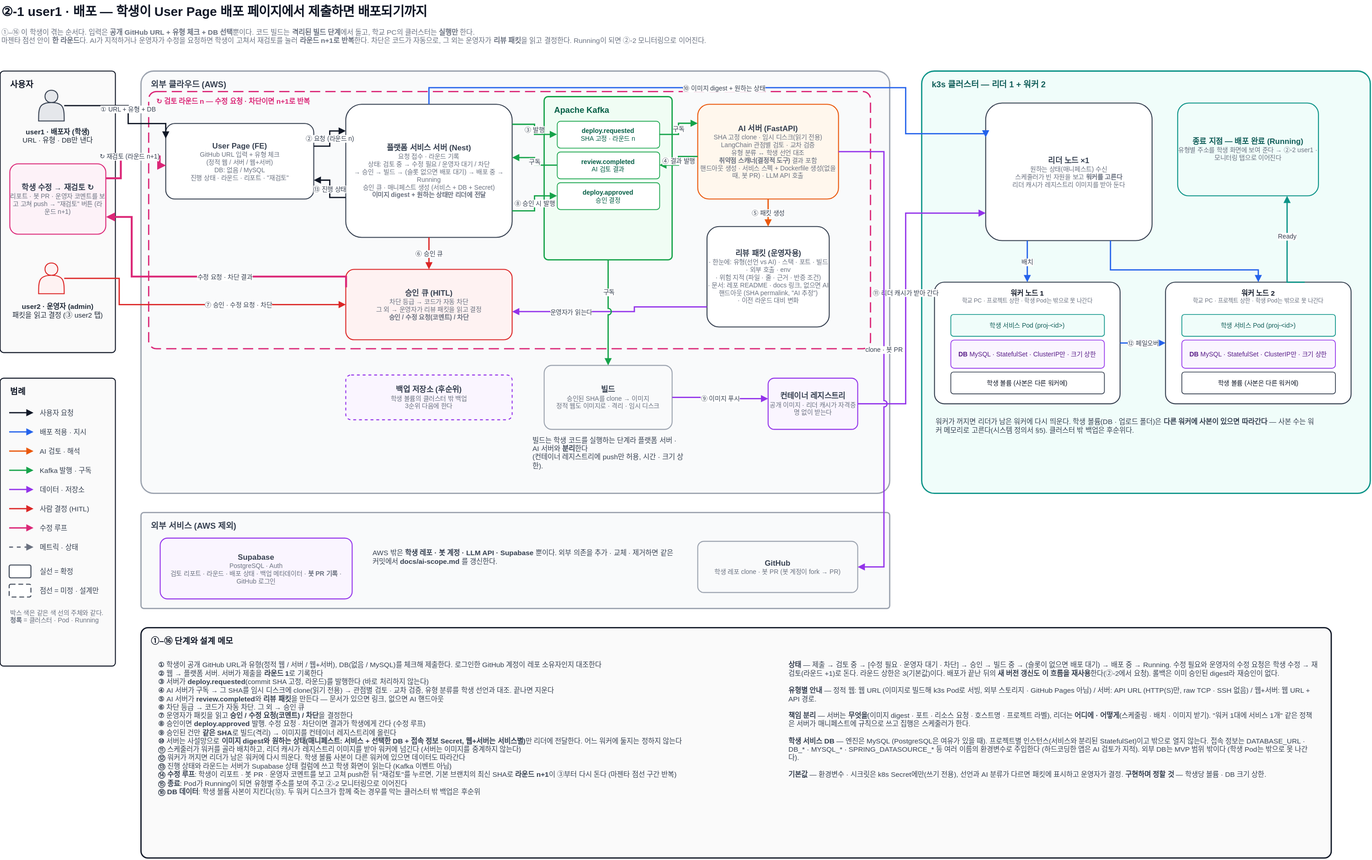
This is docs/architecture/user1-deployer.drawio.svg from woowangthon/WOOWANGTHON_TEAM_18, a draw.io export, as it was before one commit. Source tidied: cells renumbered, new cells last; positions are measured from the earlier drawing's top-left corner, leaving out a move shared by most shapes.
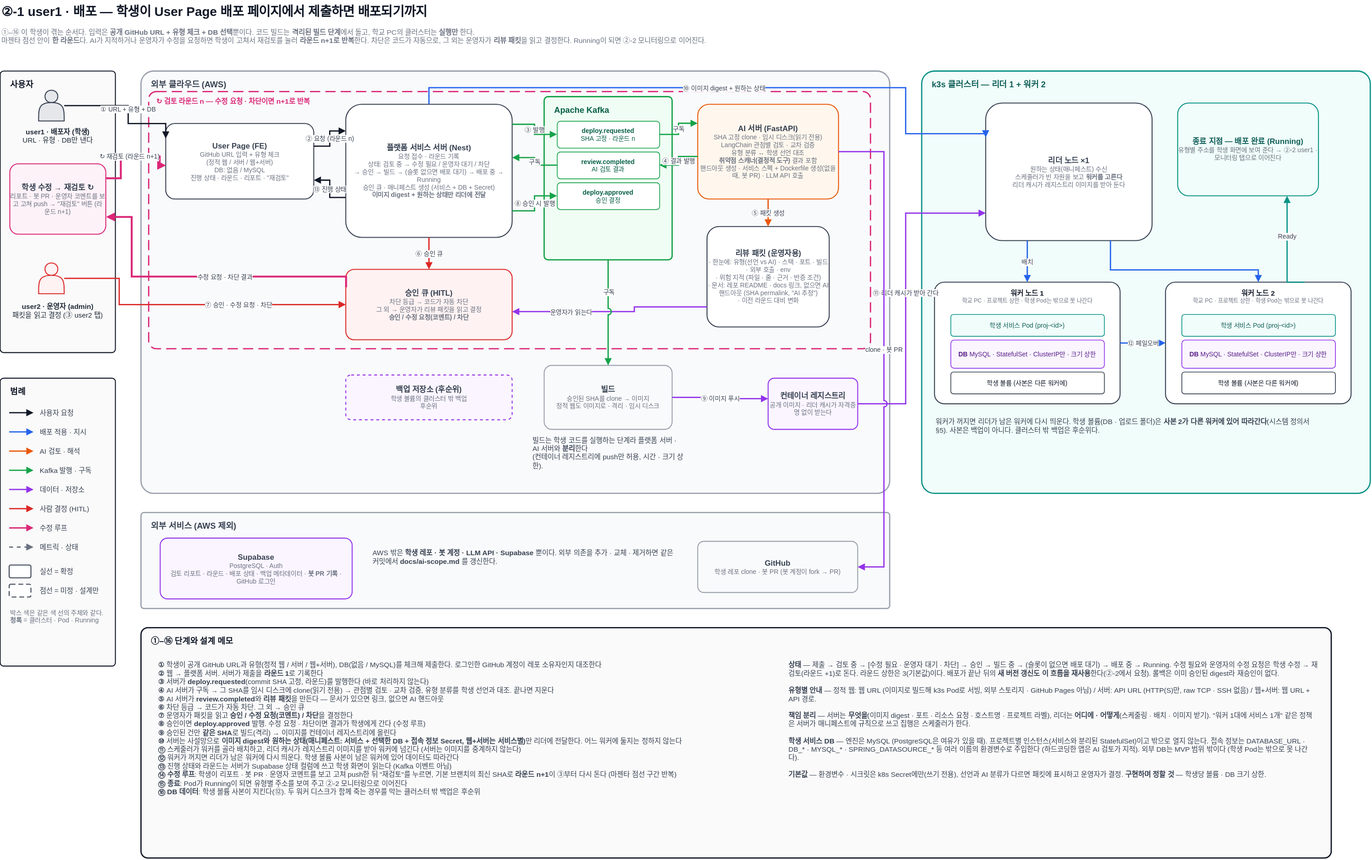
Above is the later version.

Commit message:
docs: diagrams say 2 volume copies; final review fixes

The edit, as a diff of the source:
```diff
@@ -68,7 +68,7 @@
     <mxCell id="23" value="&lt;b&gt;컨테이너 레지스트리&lt;/b&gt;&lt;div style=&quot;font-size: 10px; color: rgb(107, 114, 128);&quot;&gt;공개 이미지 · 리더 캐시가 자격증명 없이 받는다&lt;/div&gt;" style="rounded=1;arcSize=12;whiteSpace=wrap;html=1;fillColor=#FAF5FF;strokeColor=#9333EA;strokeWidth=1.5;fontSize=12;fontColor=#374151;fontFamily=Pretendard,Malgun Gothic,Apple SD Gothic Neo,sans-serif;" parent="1" vertex="1">
       <mxGeometry x="1200.3" y="592" width="140" height="80" as="geometry" />
     </mxCell>
-    <mxCell id="24" value="&lt;b&gt;백업 저장소 (후순위)&lt;/b&gt;&lt;div style=&quot;font-size: 10px; color: rgb(107, 114, 128);&quot;&gt;학생 볼륨의 클러스터 밖 백업&lt;br&gt;3순위 다음에 한다&lt;/div&gt;" style="rounded=1;arcSize=12;whiteSpace=wrap;html=1;fillColor=#FAF5FF;strokeColor=#9333EA;strokeWidth=1.5;fontSize=12;fontColor=#374151;fontFamily=Pretendard,Malgun Gothic,Apple SD Gothic Neo,sans-serif;dashed=1;" parent="1" vertex="1">
+    <mxCell id="24" value="&lt;b&gt;백업 저장소 (후순위)&lt;/b&gt;&lt;div style=&quot;font-size: 10px; color: rgb(107, 114, 128);&quot;&gt;학생 볼륨의 클러스터 밖 백업&lt;br&gt;후순위&lt;/div&gt;" style="rounded=1;arcSize=12;whiteSpace=wrap;html=1;fillColor=#FAF5FF;strokeColor=#9333EA;strokeWidth=1.5;fontSize=12;fontColor=#374151;fontFamily=Pretendard,Malgun Gothic,Apple SD Gothic Neo,sans-serif;dashed=1;" parent="1" vertex="1">
       <mxGeometry x="540.3" y="587" width="260" height="70" as="geometry" />
     </mxCell>
     <mxCell id="25" value="외부 서비스 (AWS 제외)" style="rounded=1;arcSize=3;html=1;fillColor=#F9FAFB;strokeColor=#9CA3AF;strokeWidth=2;verticalAlign=top;align=left;spacingLeft=14;spacingTop=6;fontSize=13;fontStyle=1;fontColor=#374151;fontFamily=Pretendard,Malgun Gothic,Apple SD Gothic Neo,sans-serif;" parent="1" vertex="1">
@@ -116,13 +116,13 @@
     <mxCell id="39" value="학생 볼륨 (사본은 다른 워커에)" style="rounded=1;arcSize=12;whiteSpace=wrap;html=1;fillColor=#FFFFFF;strokeColor=#374151;strokeWidth=1.2;fontSize=10;fontColor=#111827;fontFamily=Pretendard,Malgun Gothic,Apple SD Gothic Neo,sans-serif;" parent="1" vertex="1">
       <mxGeometry x="1846.3" y="582" width="240" height="34" as="geometry" />
     </mxCell>
-    <mxCell id="40" value="워커가 꺼지면 리더가 남은 워커에 다시 띄운다. 학생 볼륨(DB · 업로드 폴더)은 &lt;b&gt;다른 워커에 사본이 있으면 따라간다&lt;/b&gt; — 사본 수는 워커 메모리로 고른다(시스템 정의서 §5). 클러스터 밖 백업은 후순위다." style="text;html=1;align=left;verticalAlign=top;whiteSpace=wrap;fontSize=11;fontColor=#374151;fontFamily=Pretendard,Malgun Gothic,Apple SD Gothic Neo,sans-serif;" parent="1" vertex="1">
+    <mxCell id="40" value="워커가 꺼지면 리더가 남은 워커에 다시 띄운다. 학생 볼륨(DB · 업로드 폴더)은 &lt;b&gt;사본 2가 다른 워커에 있어 따라간다&lt;/b&gt;(시스템 정의서 §5). 사본은 백업이 아니다. 클러스터 밖 백업은 후순위다." style="text;html=1;align=left;verticalAlign=top;whiteSpace=wrap;fontSize=11;fontColor=#374151;fontFamily=Pretendard,Malgun Gothic,Apple SD Gothic Neo,sans-serif;" parent="1" vertex="1">
       <mxGeometry x="1460.3" y="647" width="600" height="65" as="geometry" />
     </mxCell>
     <mxCell id="41" value="①–⑯ 단계와 설계 메모" style="rounded=1;arcSize=3;html=1;fillColor=#FAFAFA;strokeColor=#111827;strokeWidth=2;verticalAlign=top;align=left;spacingLeft=14;spacingTop=6;fontSize=13;fontStyle=1;fontColor=#111827;fontFamily=Pretendard,Malgun Gothic,Apple SD Gothic Neo,sans-serif;" parent="1" vertex="1">
       <mxGeometry x="220.3" y="982" width="1860" height="360" as="geometry" />
     </mxCell>
-    <mxCell id="42" value="&lt;b&gt;①&lt;/b&gt; 학생이 공개 GitHub URL과 유형(정적 웹 / 서버 / 웹+서버), DB(없음 / MySQL)를 체크해 제출한다. 로그인한 GitHub 계정이 레포 소유자인지 대조한다&lt;br&gt;&lt;b&gt;②&lt;/b&gt; 웹 → 플랫폼 서버. 서버가 제출을 &lt;b&gt;라운드 1&lt;/b&gt;로 기록한다&lt;br&gt;&lt;b&gt;③&lt;/b&gt; 서버가 &lt;b&gt;deploy.requested&lt;/b&gt;(commit SHA 고정, 라운드)를 발행한다 (바로 처리하지 않는다)&lt;br&gt;&lt;b&gt;④&lt;/b&gt; AI 서버가 구독 → 그 SHA를 임시 디스크에 clone(읽기 전용) → 관점별 검토 · 교차 검증, 유형 분류를 학생 선언과 대조. 끝나면 지운다&lt;br&gt;&lt;b&gt;⑤&lt;/b&gt; AI 서버가 &lt;b&gt;review.completed&lt;/b&gt;와 &lt;b&gt;리뷰 패킷&lt;/b&gt;을 만든다 — 문서가 있으면 링크, 없으면 AI 핸드아웃&lt;br&gt;&lt;b&gt;⑥&lt;/b&gt; 차단 등급 → 코드가 자동 차단. 그 외 → 승인 큐&lt;br&gt;&lt;b&gt;⑦&lt;/b&gt; 운영자가 패킷을 읽고 &lt;b&gt;승인 / 수정 요청(코멘트) / 차단&lt;/b&gt;을 결정한다&lt;br&gt;&lt;b&gt;⑧&lt;/b&gt; 승인이면 &lt;b&gt;deploy.approved&lt;/b&gt; 발행. 수정 요청 · 차단이면 결과가 학생에게 간다 (수정 루프)&lt;br&gt;&lt;b&gt;⑨&lt;/b&gt; 승인된 건만 &lt;b&gt;같은 SHA&lt;/b&gt;로 빌드(격리) → 이미지를 컨테이너 레지스트리에 올린다&lt;br&gt;&lt;b&gt;⑩&lt;/b&gt; 서버는 사설망으로 &lt;b&gt;이미지 digest와 원하는 상태(매니페스트: 서비스 + 선택한 DB + 접속 정보 Secret, 웹+서버는 서비스별)&lt;/b&gt;만 리더에 전달한다. 어느 워커에 둘지는 정하지 않는다&lt;br&gt;&lt;b&gt;⑪&lt;/b&gt; 스케줄러가 워커를 골라 배치하고, 리더 캐시가 레지스트리 이미지를 받아 워커에 넘긴다 (서버는 이미지를 중계하지 않는다)&lt;br&gt;&lt;b&gt;⑫&lt;/b&gt; 워커가 꺼지면 리더가 남은 워커에 다시 띄운다. 학생 볼륨 사본이 다른 워커에 있으면 데이터도 따라간다&lt;br&gt;&lt;b&gt;⑬&lt;/b&gt; 진행 상태와 라운드는 서버가 Supabase 상태 컬럼에 쓰고 학생 화면이 읽는다 (Kafka 이벤트 아님)&lt;br&gt;&lt;b&gt;⑭&lt;/b&gt; &lt;b&gt;수정 루프&lt;/b&gt;: 학생이 리포트 · 봇 PR · 운영자 코멘트를 보고 고쳐 push한 뒤 &quot;재검토&quot;를 누르면, 기본 브랜치의 최신 SHA로 &lt;b&gt;라운드 n+1&lt;/b&gt;이 ③부터 다시 돈다 (마젠타 점선 구간 반복)&lt;br&gt;&lt;b&gt;⑮&lt;/b&gt; &lt;b&gt;종료&lt;/b&gt;: Pod가 Running이 되면 유형별 주소를 보여 주고 ②-2 모니터링으로 이어진다&lt;br&gt;&lt;b&gt;⑯&lt;/b&gt; &lt;b&gt;DB 데이터&lt;/b&gt;: 학생 볼륨 사본이 지킨다(⑫). 두 워커 디스크가 함께 죽는 경우를 막는 클러스터 밖 백업은 후순위" style="text;html=1;align=left;verticalAlign=top;whiteSpace=wrap;fontSize=11;fontColor=#374151;fontFamily=Pretendard,Malgun Gothic,Apple SD Gothic Neo,sans-serif;" parent="1" vertex="1">
+    <mxCell id="42" value="&lt;b&gt;①&lt;/b&gt; 학생이 공개 GitHub URL과 유형(정적 웹 / 서버 / 웹+서버), DB(없음 / MySQL)를 체크해 제출한다. 로그인한 GitHub 계정이 레포 소유자인지 대조한다&lt;br&gt;&lt;b&gt;②&lt;/b&gt; 웹 → 플랫폼 서버. 서버가 제출을 &lt;b&gt;라운드 1&lt;/b&gt;로 기록한다&lt;br&gt;&lt;b&gt;③&lt;/b&gt; 서버가 &lt;b&gt;deploy.requested&lt;/b&gt;(commit SHA 고정, 라운드)를 발행한다 (바로 처리하지 않는다)&lt;br&gt;&lt;b&gt;④&lt;/b&gt; AI 서버가 구독 → 그 SHA를 임시 디스크에 clone(읽기 전용) → 관점별 검토 · 교차 검증, 유형 분류를 학생 선언과 대조. 끝나면 지운다&lt;br&gt;&lt;b&gt;⑤&lt;/b&gt; AI 서버가 &lt;b&gt;review.completed&lt;/b&gt;와 &lt;b&gt;리뷰 패킷&lt;/b&gt;을 만든다 — 문서가 있으면 링크, 없으면 AI 핸드아웃&lt;br&gt;&lt;b&gt;⑥&lt;/b&gt; 차단 등급 → 코드가 자동 차단. 그 외 → 승인 큐&lt;br&gt;&lt;b&gt;⑦&lt;/b&gt; 운영자가 패킷을 읽고 &lt;b&gt;승인 / 수정 요청(코멘트) / 차단&lt;/b&gt;을 결정한다&lt;br&gt;&lt;b&gt;⑧&lt;/b&gt; 승인이면 &lt;b&gt;deploy.approved&lt;/b&gt; 발행. 수정 요청 · 차단이면 결과가 학생에게 간다 (수정 루프)&lt;br&gt;&lt;b&gt;⑨&lt;/b&gt; 승인된 건만 &lt;b&gt;같은 SHA&lt;/b&gt;로 빌드(격리) → 이미지를 컨테이너 레지스트리에 올린다&lt;br&gt;&lt;b&gt;⑩&lt;/b&gt; 서버는 사설망으로 &lt;b&gt;이미지 digest와 원하는 상태(매니페스트: 서비스 + 선택한 DB + 접속 정보 Secret, 웹+서버는 서비스별)&lt;/b&gt;만 리더에 전달한다. 어느 워커에 둘지는 정하지 않는다&lt;br&gt;&lt;b&gt;⑪&lt;/b&gt; 스케줄러가 워커를 골라 배치하고, 리더 캐시가 레지스트리 이미지를 받아 워커에 넘긴다 (서버는 이미지를 중계하지 않는다)&lt;br&gt;&lt;b&gt;⑫&lt;/b&gt; 워커가 꺼지면 리더가 남은 워커에 다시 띄운다. 학생 볼륨 사본이 남은 워커에 있어 데이터도 따라간다&lt;br&gt;&lt;b&gt;⑬&lt;/b&gt; 진행 상태와 라운드는 서버가 Supabase 상태 컬럼에 쓰고 학생 화면이 읽는다 (Kafka 이벤트 아님)&lt;br&gt;&lt;b&gt;⑭&lt;/b&gt; &lt;b&gt;수정 루프&lt;/b&gt;: 학생이 리포트 · 봇 PR · 운영자 코멘트를 보고 고쳐 push한 뒤 &quot;재검토&quot;를 누르면, 기본 브랜치의 최신 SHA로 &lt;b&gt;라운드 n+1&lt;/b&gt;이 ③부터 다시 돈다 (마젠타 점선 구간 반복)&lt;br&gt;&lt;b&gt;⑮&lt;/b&gt; &lt;b&gt;종료&lt;/b&gt;: Pod가 Running이 되면 유형별 주소를 보여 주고 ②-2 모니터링으로 이어진다&lt;br&gt;&lt;b&gt;⑯&lt;/b&gt; &lt;b&gt;DB 데이터&lt;/b&gt;: 학생 볼륨 사본이 지킨다(⑫). 두 워커 디스크가 함께 죽는 경우를 막는 클러스터 밖 백업은 후순위" style="text;html=1;align=left;verticalAlign=top;whiteSpace=wrap;fontSize=11;fontColor=#374151;fontFamily=Pretendard,Malgun Gothic,Apple SD Gothic Neo,sans-serif;" parent="1" vertex="1">
       <mxGeometry x="245.3" y="1027" width="960" height="300" as="geometry" />
     </mxCell>
     <mxCell id="43" value="&lt;b&gt;상태&lt;/b&gt; — 제출 → 검토 중 → [수정 필요 · 운영자 대기 · 차단] → 승인 → 빌드 중 → (슬롯이 없으면 배포 대기) → 배포 중 → Running. 수정 필요와 운영자의 수정 요청은 학생 수정 → 재검토(라운드 +1)로 돈다. 라운드 상한은 3(기본값)이다. 배포가 끝난 뒤의 &lt;b&gt;새 버전 갱신도 이 흐름을 재사용&lt;/b&gt;한다(②-2에서 요청). 롤백은 이미 승인된 digest라 재승인이 없다.&lt;br&gt;&lt;br&gt;&lt;b&gt;유형별 안내&lt;/b&gt; — 정적 웹: 웹 URL (이미지로 빌드해 k3s Pod로 서빙, 외부 스토리지 · GitHub Pages 아님) / 서버: API URL (HTTP(S)만, raw TCP · SSH 없음) / 웹+서버: 웹 URL + API 경로.&lt;br&gt;&lt;br&gt;&lt;b&gt;책임 분리&lt;/b&gt; — 서버는 &lt;b&gt;무엇을&lt;/b&gt;(이미지 digest · 포트 · 리소스 요청 · 호스트명 · 프로젝트 라벨), 리더는 &lt;b&gt;어디에 · 어떻게&lt;/b&gt;(스케줄링 · 배치 · 이미지 받기). &quot;워커 1대에 서비스 1개&quot; 같은 정책은 서버가 매니페스트에 규칙으로 쓰고 집행은 스케줄러가 한다.&lt;br&gt;&lt;br&gt;&lt;b&gt;학생 서비스 DB&lt;/b&gt; — 엔진은 MySQL (PostgreSQL은 여유가 있을 때). 프로젝트별 인스턴스(서비스와 분리된 StatefulSet)이고 밖으로 열지 않는다. 접속 정보는 DATABASE_URL · DB_* · MYSQL_* · SPRING_DATASOURCE_* 등 여러 이름의 환경변수로 주입한다 (하드코딩한 앱은 AI 검토가 지적). 외부 DB는 MVP 범위 밖이다 (학생 Pod는 밖으로 못 나간다).&lt;br&gt;&lt;br&gt;&lt;b&gt;기본값&lt;/b&gt; — 환경변수 · 시크릿은 k8s Secret에만(쓰기 전용), 선언과 AI 분류가 다르면 패킷에 표시하고 운영자가 결정. &lt;b&gt;구현하며 정할 것&lt;/b&gt; — 학생당 볼륨 · DB 크기 상한." style="text;html=1;align=left;verticalAlign=top;whiteSpace=wrap;fontSize=11;fontColor=#374151;fontFamily=Pretendard,Malgun Gothic,Apple SD Gothic Neo,sans-serif;" parent="1" vertex="1">
```
